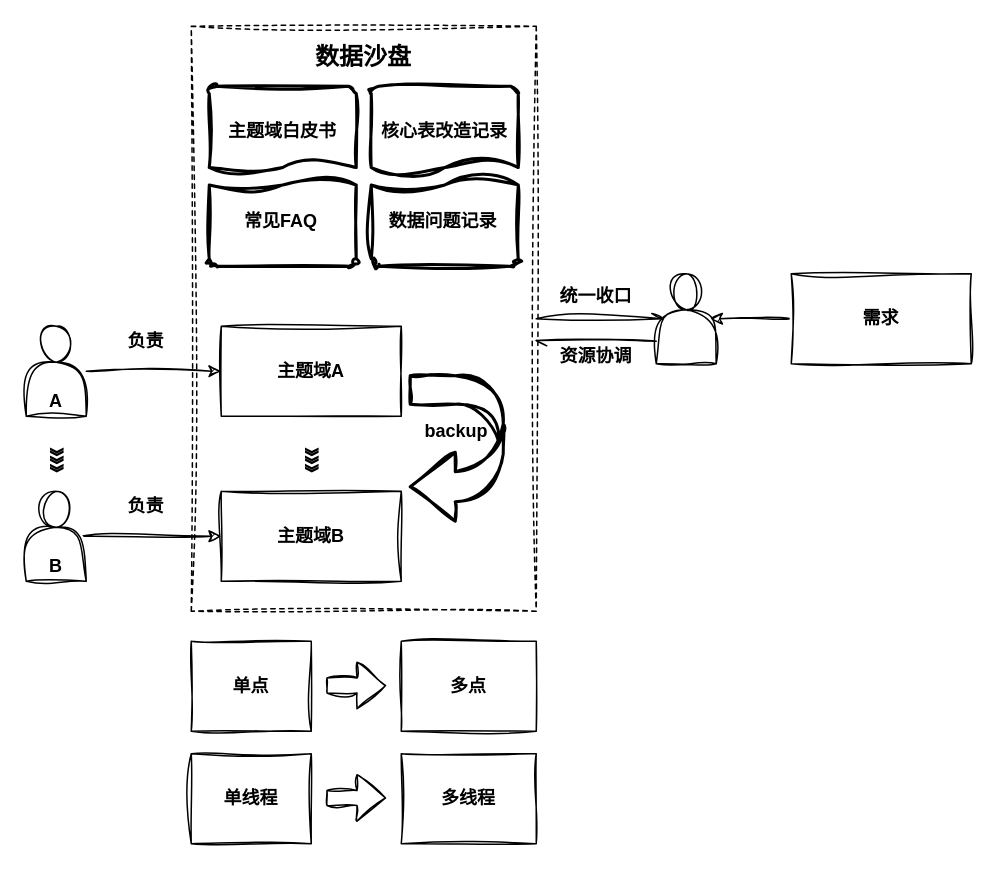
Earlier version of the draw.io diagram mt分工.drawio (mineminemine123/work-wiki). Source tidied: cells renumbered, new cells numbered last; positions are measured from the earlier drawing's top-left corner, leaving out a move shared by most shapes. Both pictures are drawn from the tidied source at 150%, with x=0, y=0 at pixel (26, 26).
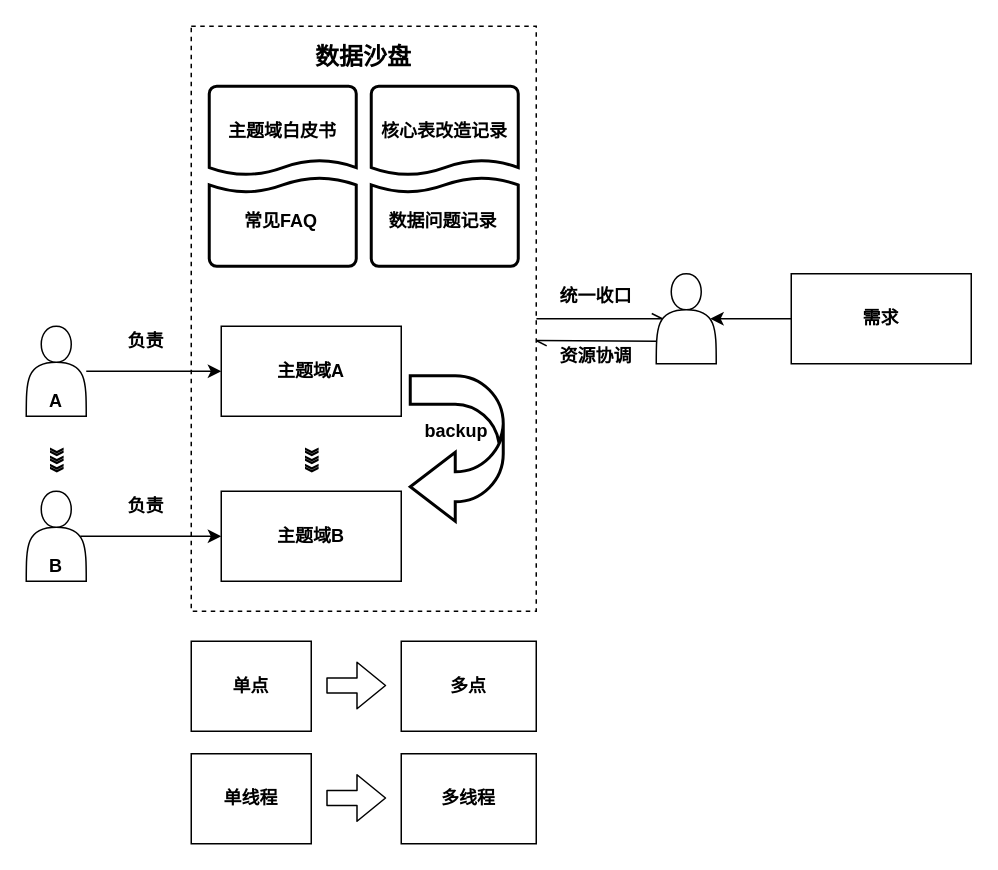
Above is the later version.

What changed in the source:
```diff
@@
-    <mxCell id="2" style="edgeStyle=orthogonalEdgeStyle;rounded=0;jettySize=auto;html=1;exitX=1;exitY=0.5;exitDx=0;exitDy=0;entryX=0.1;entryY=0.5;entryDx=0;entryDy=0;entryPerimeter=0;endArrow=openAsync;endFill=0;fontStyle=1;sketch=1;curveFitting=1;jiggle=2;" parent="1" edge="1" source="3" target="21">
+    <mxCell id="2" style="edgeStyle=orthogonalEdgeStyle;rounded=0;jettySize=auto;html=1;exitX=1;exitY=0.5;exitDx=0;exitDy=0;entryX=0.1;entryY=0.5;entryDx=0;entryDy=0;entryPerimeter=0;endArrow=openAsync;endFill=0;fontStyle=1;" parent="1" edge="1" source="3" target="21">
       <mxGeometry relative="1" as="geometry" />
     </mxCell>
-    <mxCell id="3" style="rounded=0;whiteSpace=wrap;html=1;dashed=1;fontStyle=1;sketch=1;curveFitting=1;jiggle=2;" parent="1" vertex="1">
+    <mxCell id="3" style="rounded=0;whiteSpace=wrap;html=1;dashed=1;fontStyle=1;" parent="1" vertex="1">
       <mxGeometry x="110" width="230" height="390" as="geometry" />
     </mxCell>
-    <mxCell id="4" value="主题域A" style="rounded=0;whiteSpace=wrap;html=1;fontStyle=1;sketch=1;curveFitting=1;jiggle=2;" parent="1" vertex="1">
+    <mxCell id="4" value="主题域A" style="rounded=0;whiteSpace=wrap;html=1;fontStyle=1;" parent="1" vertex="1">
       <mxGeometry x="130" y="200" width="120" height="60" as="geometry" />
     </mxCell>
-    <mxCell id="5" style="edgeStyle=orthogonalEdgeStyle;rounded=0;jettySize=auto;html=1;exitX=0;exitY=0.5;exitDx=0;exitDy=0;entryX=0.9;entryY=0.5;entryDx=0;entryDy=0;entryPerimeter=0;fontSize=16;fontStyle=1;sketch=1;curveFitting=1;jiggle=2;" parent="1" edge="1" source="6" target="21">
+    <mxCell id="5" style="edgeStyle=orthogonalEdgeStyle;rounded=0;jettySize=auto;html=1;exitX=0;exitY=0.5;exitDx=0;exitDy=0;entryX=0.9;entryY=0.5;entryDx=0;entryDy=0;entryPerimeter=0;fontSize=16;fontStyle=1;" parent="1" edge="1" source="6" target="21">
       <mxGeometry relative="1" as="geometry" />
     </mxCell>
-    <mxCell id="6" value="需求" style="rounded=0;whiteSpace=wrap;html=1;fontStyle=1;sketch=1;curveFitting=1;jiggle=2;" parent="1" vertex="1">
+    <mxCell id="6" value="需求" style="rounded=0;whiteSpace=wrap;html=1;fontStyle=1;" parent="1" vertex="1">
       <mxGeometry x="510" y="165" width="120" height="60" as="geometry" />
     </mxCell>
-    <mxCell id="7" style="edgeStyle=orthogonalEdgeStyle;rounded=0;jettySize=auto;html=1;fontStyle=1;sketch=1;curveFitting=1;jiggle=2;" parent="1" edge="1" source="8" target="4">
+    <mxCell id="7" style="edgeStyle=orthogonalEdgeStyle;rounded=0;jettySize=auto;html=1;fontStyle=1;" parent="1" edge="1" source="8" target="4">
       <mxGeometry relative="1" as="geometry" />
     </mxCell>
-    <mxCell id="8" style="shape=actor;whiteSpace=wrap;html=1;fontStyle=1;sketch=1;curveFitting=1;jiggle=2;" parent="1" vertex="1">
+    <mxCell id="8" style="shape=actor;whiteSpace=wrap;html=1;fontStyle=1;" parent="1" vertex="1">
       <mxGeometry y="200" width="40" height="60" as="geometry" />
     </mxCell>
-    <mxCell id="9" style="edgeStyle=orthogonalEdgeStyle;rounded=0;jettySize=auto;html=1;exitX=0.9;exitY=0.5;exitDx=0;exitDy=0;exitPerimeter=0;fontStyle=1;sketch=1;curveFitting=1;jiggle=2;" parent="1" edge="1" source="10" target="11">
+    <mxCell id="9" style="edgeStyle=orthogonalEdgeStyle;rounded=0;jettySize=auto;html=1;exitX=0.9;exitY=0.5;exitDx=0;exitDy=0;exitPerimeter=0;fontStyle=1;" parent="1" edge="1" source="10" target="11">
       <mxGeometry relative="1" as="geometry" />
     </mxCell>
-    <mxCell id="10" style="shape=actor;whiteSpace=wrap;html=1;fontStyle=1;sketch=1;curveFitting=1;jiggle=2;" parent="1" vertex="1">
+    <mxCell id="10" style="shape=actor;whiteSpace=wrap;html=1;fontStyle=1;" parent="1" vertex="1">
       <mxGeometry y="310" width="40" height="60" as="geometry" />
     </mxCell>
-    <mxCell id="11" value="主题域B" style="rounded=0;whiteSpace=wrap;html=1;fontStyle=1;sketch=1;curveFitting=1;jiggle=2;" parent="1" vertex="1">
+    <mxCell id="11" value="主题域B" style="rounded=0;whiteSpace=wrap;html=1;fontStyle=1;" parent="1" vertex="1">
       <mxGeometry x="130" y="310" width="120" height="60" as="geometry" />
     </mxCell>
-    <mxCell id="12" value="A" style="text;html=1;strokeColor=none;fillColor=none;align=center;verticalAlign=middle;whiteSpace=wrap;rounded=0;fontStyle=1;sketch=1;curveFitting=1;jiggle=2;" parent="1" vertex="1">
+    <mxCell id="12" value="A" style="text;html=1;strokeColor=none;fillColor=none;align=center;verticalAlign=middle;whiteSpace=wrap;rounded=0;fontStyle=1;" parent="1" vertex="1">
       <mxGeometry y="240" width="40" height="20" as="geometry" />
     </mxCell>
-    <mxCell id="13" value="B" style="text;html=1;strokeColor=none;fillColor=none;align=center;verticalAlign=middle;whiteSpace=wrap;rounded=0;fontStyle=1;sketch=1;curveFitting=1;jiggle=2;" parent="1" vertex="1">
+    <mxCell id="13" value="B" style="text;html=1;strokeColor=none;fillColor=none;align=center;verticalAlign=middle;whiteSpace=wrap;rounded=0;fontStyle=1;" parent="1" vertex="1">
       <mxGeometry y="350" width="40" height="20" as="geometry" />
     </mxCell>
-    <mxCell id="14" value="负责" style="text;html=1;strokeColor=none;fillColor=none;align=center;verticalAlign=middle;whiteSpace=wrap;rounded=0;fontStyle=1;sketch=1;curveFitting=1;jiggle=2;" parent="1" vertex="1">
+    <mxCell id="14" value="负责" style="text;html=1;strokeColor=none;fillColor=none;align=center;verticalAlign=middle;whiteSpace=wrap;rounded=0;fontStyle=1;" parent="1" vertex="1">
       <mxGeometry x="60" y="200" width="40" height="20" as="geometry" />
     </mxCell>
-    <mxCell id="15" value="负责" style="text;html=1;strokeColor=none;fillColor=none;align=center;verticalAlign=middle;whiteSpace=wrap;rounded=0;fontStyle=1;sketch=1;curveFitting=1;jiggle=2;" parent="1" vertex="1">
+    <mxCell id="15" value="负责" style="text;html=1;strokeColor=none;fillColor=none;align=center;verticalAlign=middle;whiteSpace=wrap;rounded=0;fontStyle=1;" parent="1" vertex="1">
       <mxGeometry x="60" y="310" width="40" height="20" as="geometry" />
     </mxCell>
-    <mxCell id="16" value="》》》" style="text;html=1;strokeColor=none;fillColor=none;align=center;verticalAlign=middle;whiteSpace=wrap;rounded=0;rotation=90;fontStyle=1;sketch=1;curveFitting=1;jiggle=2;" parent="1" vertex="1">
+    <mxCell id="16" value="》》》" style="text;html=1;strokeColor=none;fillColor=none;align=center;verticalAlign=middle;whiteSpace=wrap;rounded=0;rotation=90;fontStyle=1;" parent="1" vertex="1">
       <mxGeometry y="280" width="40" height="20" as="geometry" />
     </mxCell>
-    <mxCell id="17" value="》》》" style="text;html=1;strokeColor=none;fillColor=none;align=center;verticalAlign=middle;whiteSpace=wrap;rounded=0;rotation=90;fontStyle=1;sketch=1;curveFitting=1;jiggle=2;" parent="1" vertex="1">
+    <mxCell id="17" value="》》》" style="text;html=1;strokeColor=none;fillColor=none;align=center;verticalAlign=middle;whiteSpace=wrap;rounded=0;rotation=90;fontStyle=1;" parent="1" vertex="1">
       <mxGeometry x="170" y="280" width="40" height="20" as="geometry" />
     </mxCell>
-    <mxCell id="18" value="统一收口" style="text;html=1;strokeColor=none;fillColor=none;align=center;verticalAlign=middle;whiteSpace=wrap;rounded=0;fontStyle=1;sketch=1;curveFitting=1;jiggle=2;" parent="1" vertex="1">
+    <mxCell id="18" value="统一收口" style="text;html=1;strokeColor=none;fillColor=none;align=center;verticalAlign=middle;whiteSpace=wrap;rounded=0;fontStyle=1;" parent="1" vertex="1">
       <mxGeometry x="350" y="170" width="60" height="20" as="geometry" />
     </mxCell>
-    <mxCell id="19" value="单点" style="rounded=0;whiteSpace=wrap;html=1;fontStyle=1;sketch=1;curveFitting=1;jiggle=2;" parent="1" vertex="1">
+    <mxCell id="19" value="单点" style="rounded=0;whiteSpace=wrap;html=1;fontStyle=1;" parent="1" vertex="1">
       <mxGeometry x="110" y="410" width="80" height="60" as="geometry" />
     </mxCell>
-    <mxCell id="20" value="多点" style="rounded=0;whiteSpace=wrap;html=1;fontStyle=1;sketch=1;curveFitting=1;jiggle=2;" parent="1" vertex="1">
+    <mxCell id="20" value="多点" style="rounded=0;whiteSpace=wrap;html=1;fontStyle=1;" parent="1" vertex="1">
       <mxGeometry x="250" y="410" width="90" height="60" as="geometry" />
     </mxCell>
-    <mxCell id="21" style="shape=actor;whiteSpace=wrap;html=1;fontStyle=1;sketch=1;curveFitting=1;jiggle=2;" parent="1" vertex="1">
+    <mxCell id="21" style="shape=actor;whiteSpace=wrap;html=1;fontStyle=1;" parent="1" vertex="1">
       <mxGeometry x="420" y="165" width="40" height="60" as="geometry" />
     </mxCell>
-    <mxCell id="22" style="shape=flexArrow;endArrow=classic;html=1;fontStyle=1;sketch=1;curveFitting=1;jiggle=2;" parent="1" edge="1">
+    <mxCell id="22" style="shape=flexArrow;endArrow=classic;html=1;fontStyle=1;" parent="1" edge="1">
       <mxGeometry relative="1" as="geometry">
         <mxPoint x="200" y="439.5" as="sourcePoint" />
         <mxPoint x="240" y="439.5" as="targetPoint" />
       </mxGeometry>
     </mxCell>
-    <mxCell id="23" value="&lt;span style=&quot;font-size: 16px;&quot;&gt;&lt;font style=&quot;font-size: 16px;&quot;&gt;数据沙盘&lt;/font&gt;&lt;/span&gt;" style="text;html=1;strokeColor=none;fillColor=none;align=center;verticalAlign=middle;whiteSpace=wrap;rounded=0;fontSize=16;fontStyle=1;sketch=1;curveFitting=1;jiggle=2;" parent="1" vertex="1">
+    <mxCell id="23" value="&lt;span style=&quot;font-size: 16px;&quot;&gt;&lt;font style=&quot;font-size: 16px;&quot;&gt;数据沙盘&lt;/font&gt;&lt;/span&gt;" style="text;html=1;strokeColor=none;fillColor=none;align=center;verticalAlign=middle;whiteSpace=wrap;rounded=0;fontSize=16;fontStyle=1;" parent="1" vertex="1">
       <mxGeometry x="190" y="10" width="70" height="20" as="geometry" />
     </mxCell>
-    <mxCell id="24" value="单线程" style="rounded=0;whiteSpace=wrap;html=1;fontStyle=1;sketch=1;curveFitting=1;jiggle=2;" parent="1" vertex="1">
+    <mxCell id="24" value="单线程" style="rounded=0;whiteSpace=wrap;html=1;fontStyle=1;" parent="1" vertex="1">
       <mxGeometry x="110" y="485" width="80" height="60" as="geometry" />
     </mxCell>
-    <mxCell id="25" value="多线程" style="rounded=0;whiteSpace=wrap;html=1;fontStyle=1;sketch=1;curveFitting=1;jiggle=2;" parent="1" vertex="1">
+    <mxCell id="25" value="多线程" style="rounded=0;whiteSpace=wrap;html=1;fontStyle=1;" parent="1" vertex="1">
       <mxGeometry x="250" y="485" width="90" height="60" as="geometry" />
     </mxCell>
-    <mxCell id="26" style="shape=flexArrow;endArrow=classic;html=1;fontStyle=1;sketch=1;curveFitting=1;jiggle=2;" parent="1" edge="1">
+    <mxCell id="26" style="shape=flexArrow;endArrow=classic;html=1;fontStyle=1;" parent="1" edge="1">
       <mxGeometry relative="1" as="geometry">
         <mxPoint x="200" y="514.5" as="sourcePoint" />
         <mxPoint x="240" y="514.5" as="targetPoint" />
       </mxGeometry>
     </mxCell>
-    <mxCell id="27" value="核心表改造记录" style="shape=mxgraph.flowchart.document;whiteSpace=wrap;html=1;fillColor=#ffffff;strokeColor=#000000;strokeWidth=2;fontStyle=1;sketch=1;curveFitting=1;jiggle=2;" parent="1" vertex="1">
+    <mxCell id="27" value="核心表改造记录" style="shape=mxgraph.flowchart.document;whiteSpace=wrap;html=1;fillColor=#ffffff;strokeColor=#000000;strokeWidth=2;fontStyle=1;" parent="1" vertex="1">
       <mxGeometry x="230" y="40" width="98" height="60" as="geometry" />
     </mxCell>
-    <mxCell id="28" value="主题域白皮书" style="shape=mxgraph.flowchart.document;whiteSpace=wrap;html=1;fillColor=#ffffff;strokeColor=#000000;strokeWidth=2;fontStyle=1;sketch=1;curveFitting=1;jiggle=2;" parent="1" vertex="1">
+    <mxCell id="28" value="主题域白皮书" style="shape=mxgraph.flowchart.document;whiteSpace=wrap;html=1;fillColor=#ffffff;strokeColor=#000000;strokeWidth=2;fontStyle=1;" parent="1" vertex="1">
       <mxGeometry x="122" y="40" width="98" height="60" as="geometry" />
     </mxCell>
-    <mxCell id="29" style="shape=mxgraph.flowchart.document;whiteSpace=wrap;html=1;fillColor=#ffffff;strokeColor=#000000;strokeWidth=2;rotation=-180;fontStyle=1;sketch=1;curveFitting=1;jiggle=2;" parent="1" vertex="1">
+    <mxCell id="29" style="shape=mxgraph.flowchart.document;whiteSpace=wrap;html=1;fillColor=#ffffff;strokeColor=#000000;strokeWidth=2;rotation=-180;fontStyle=1;" parent="1" vertex="1">
       <mxGeometry x="122" y="100" width="98" height="60" as="geometry" />
     </mxCell>
-    <mxCell id="30" value="常见FAQ" style="text;html=1;strokeColor=none;fillColor=none;align=center;verticalAlign=middle;whiteSpace=wrap;rounded=0;fontStyle=1;sketch=1;curveFitting=1;jiggle=2;" parent="1" vertex="1">
+    <mxCell id="30" value="常见FAQ" style="text;html=1;strokeColor=none;fillColor=none;align=center;verticalAlign=middle;whiteSpace=wrap;rounded=0;fontStyle=1;" parent="1" vertex="1">
       <mxGeometry x="130" y="120" width="80" height="20" as="geometry" />
     </mxCell>
-    <mxCell id="31" style="shape=mxgraph.flowchart.document;whiteSpace=wrap;html=1;fillColor=#ffffff;strokeColor=#000000;strokeWidth=2;rotation=-180;fontStyle=1;sketch=1;curveFitting=1;jiggle=2;" parent="1" vertex="1">
+    <mxCell id="31" style="shape=mxgraph.flowchart.document;whiteSpace=wrap;html=1;fillColor=#ffffff;strokeColor=#000000;strokeWidth=2;rotation=-180;fontStyle=1;" parent="1" vertex="1">
       <mxGeometry x="230" y="100" width="98" height="60" as="geometry" />
     </mxCell>
-    <mxCell id="32" value="数据问题记录" style="text;html=1;strokeColor=none;fillColor=none;align=center;verticalAlign=middle;whiteSpace=wrap;rounded=0;fontStyle=1;sketch=1;curveFitting=1;jiggle=2;" parent="1" vertex="1">
+    <mxCell id="32" value="数据问题记录" style="text;html=1;strokeColor=none;fillColor=none;align=center;verticalAlign=middle;whiteSpace=wrap;rounded=0;fontStyle=1;" parent="1" vertex="1">
       <mxGeometry x="238" y="120" width="80" height="20" as="geometry" />
     </mxCell>
-    <mxCell id="33" style="endArrow=openAsync;html=1;exitX=0;exitY=0.75;exitDx=0;exitDy=0;endFill=0;fontStyle=1;sketch=1;curveFitting=1;jiggle=2;" parent="1" edge="1" source="21">
+    <mxCell id="33" style="endArrow=openAsync;html=1;exitX=0;exitY=0.75;exitDx=0;exitDy=0;endFill=0;fontStyle=1;" parent="1" edge="1" source="21">
       <mxGeometry relative="1" as="geometry">
         <mxPoint x="340" y="209.5" as="targetPoint" />
       </mxGeometry>
     </mxCell>
-    <mxCell id="34" value="资源协调" style="text;html=1;strokeColor=none;fillColor=none;align=center;verticalAlign=middle;whiteSpace=wrap;rounded=0;fontStyle=1;sketch=1;curveFitting=1;jiggle=2;" parent="1" vertex="1">
+    <mxCell id="34" value="资源协调" style="text;html=1;strokeColor=none;fillColor=none;align=center;verticalAlign=middle;whiteSpace=wrap;rounded=0;fontStyle=1;" parent="1" vertex="1">
       <mxGeometry x="350" y="210" width="60" height="20" as="geometry" />
     </mxCell>
-    <mxCell id="35" style="shape=mxgraph.arrows.u_turn_left_arrow;whiteSpace=wrap;html=1;fillColor=#ffffff;strokeColor=#000000;strokeWidth=2;sketch=1;curveFitting=1;jiggle=2;" parent="1" vertex="1">
+    <mxCell id="35" style="shape=mxgraph.arrows.u_turn_left_arrow;whiteSpace=wrap;html=1;fillColor=#ffffff;strokeColor=#000000;strokeWidth=2;" parent="1" vertex="1">
       <mxGeometry x="256" y="233" width="62" height="97" as="geometry" />
     </mxCell>
-    <mxCell id="36" value="backup" style="text;html=1;strokeColor=none;fillColor=none;align=center;verticalAlign=middle;whiteSpace=wrap;rounded=0;fontStyle=1;sketch=1;curveFitting=1;jiggle=2;" parent="1" vertex="1">
+    <mxCell id="36" value="backup" style="text;html=1;strokeColor=none;fillColor=none;align=center;verticalAlign=middle;whiteSpace=wrap;rounded=0;fontStyle=1;" parent="1" vertex="1">
       <mxGeometry x="267" y="260" width="40" height="20" as="geometry" />
     </mxCell>
```
